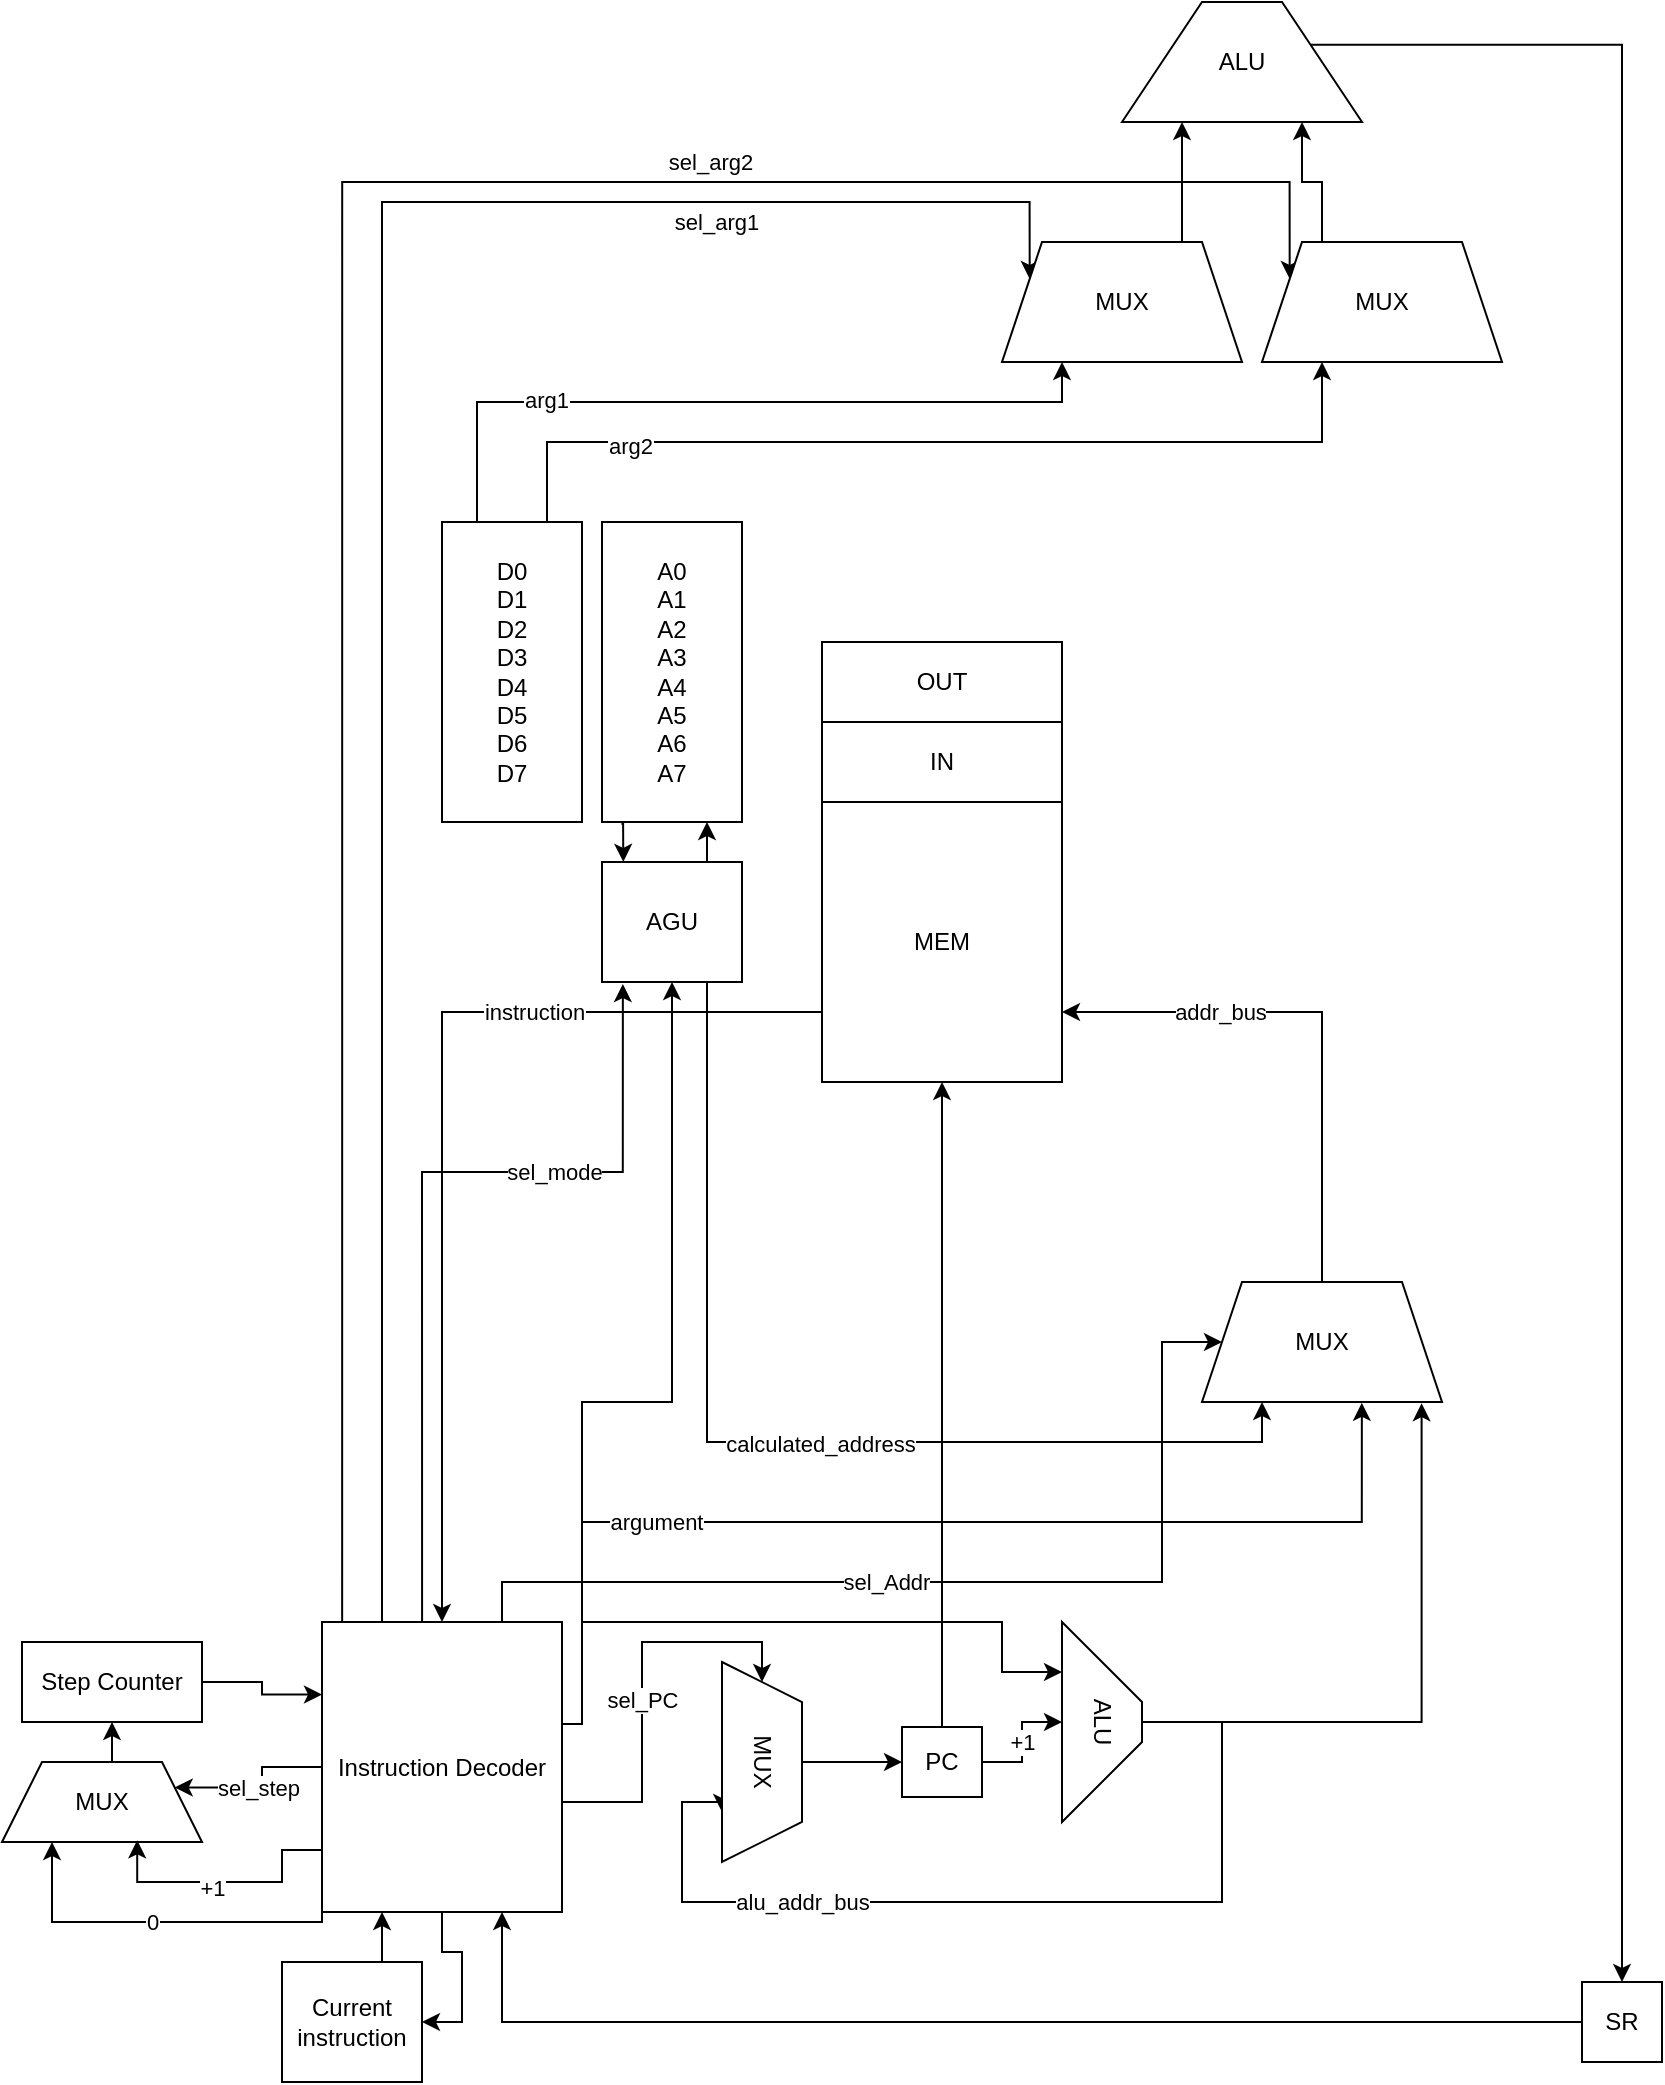
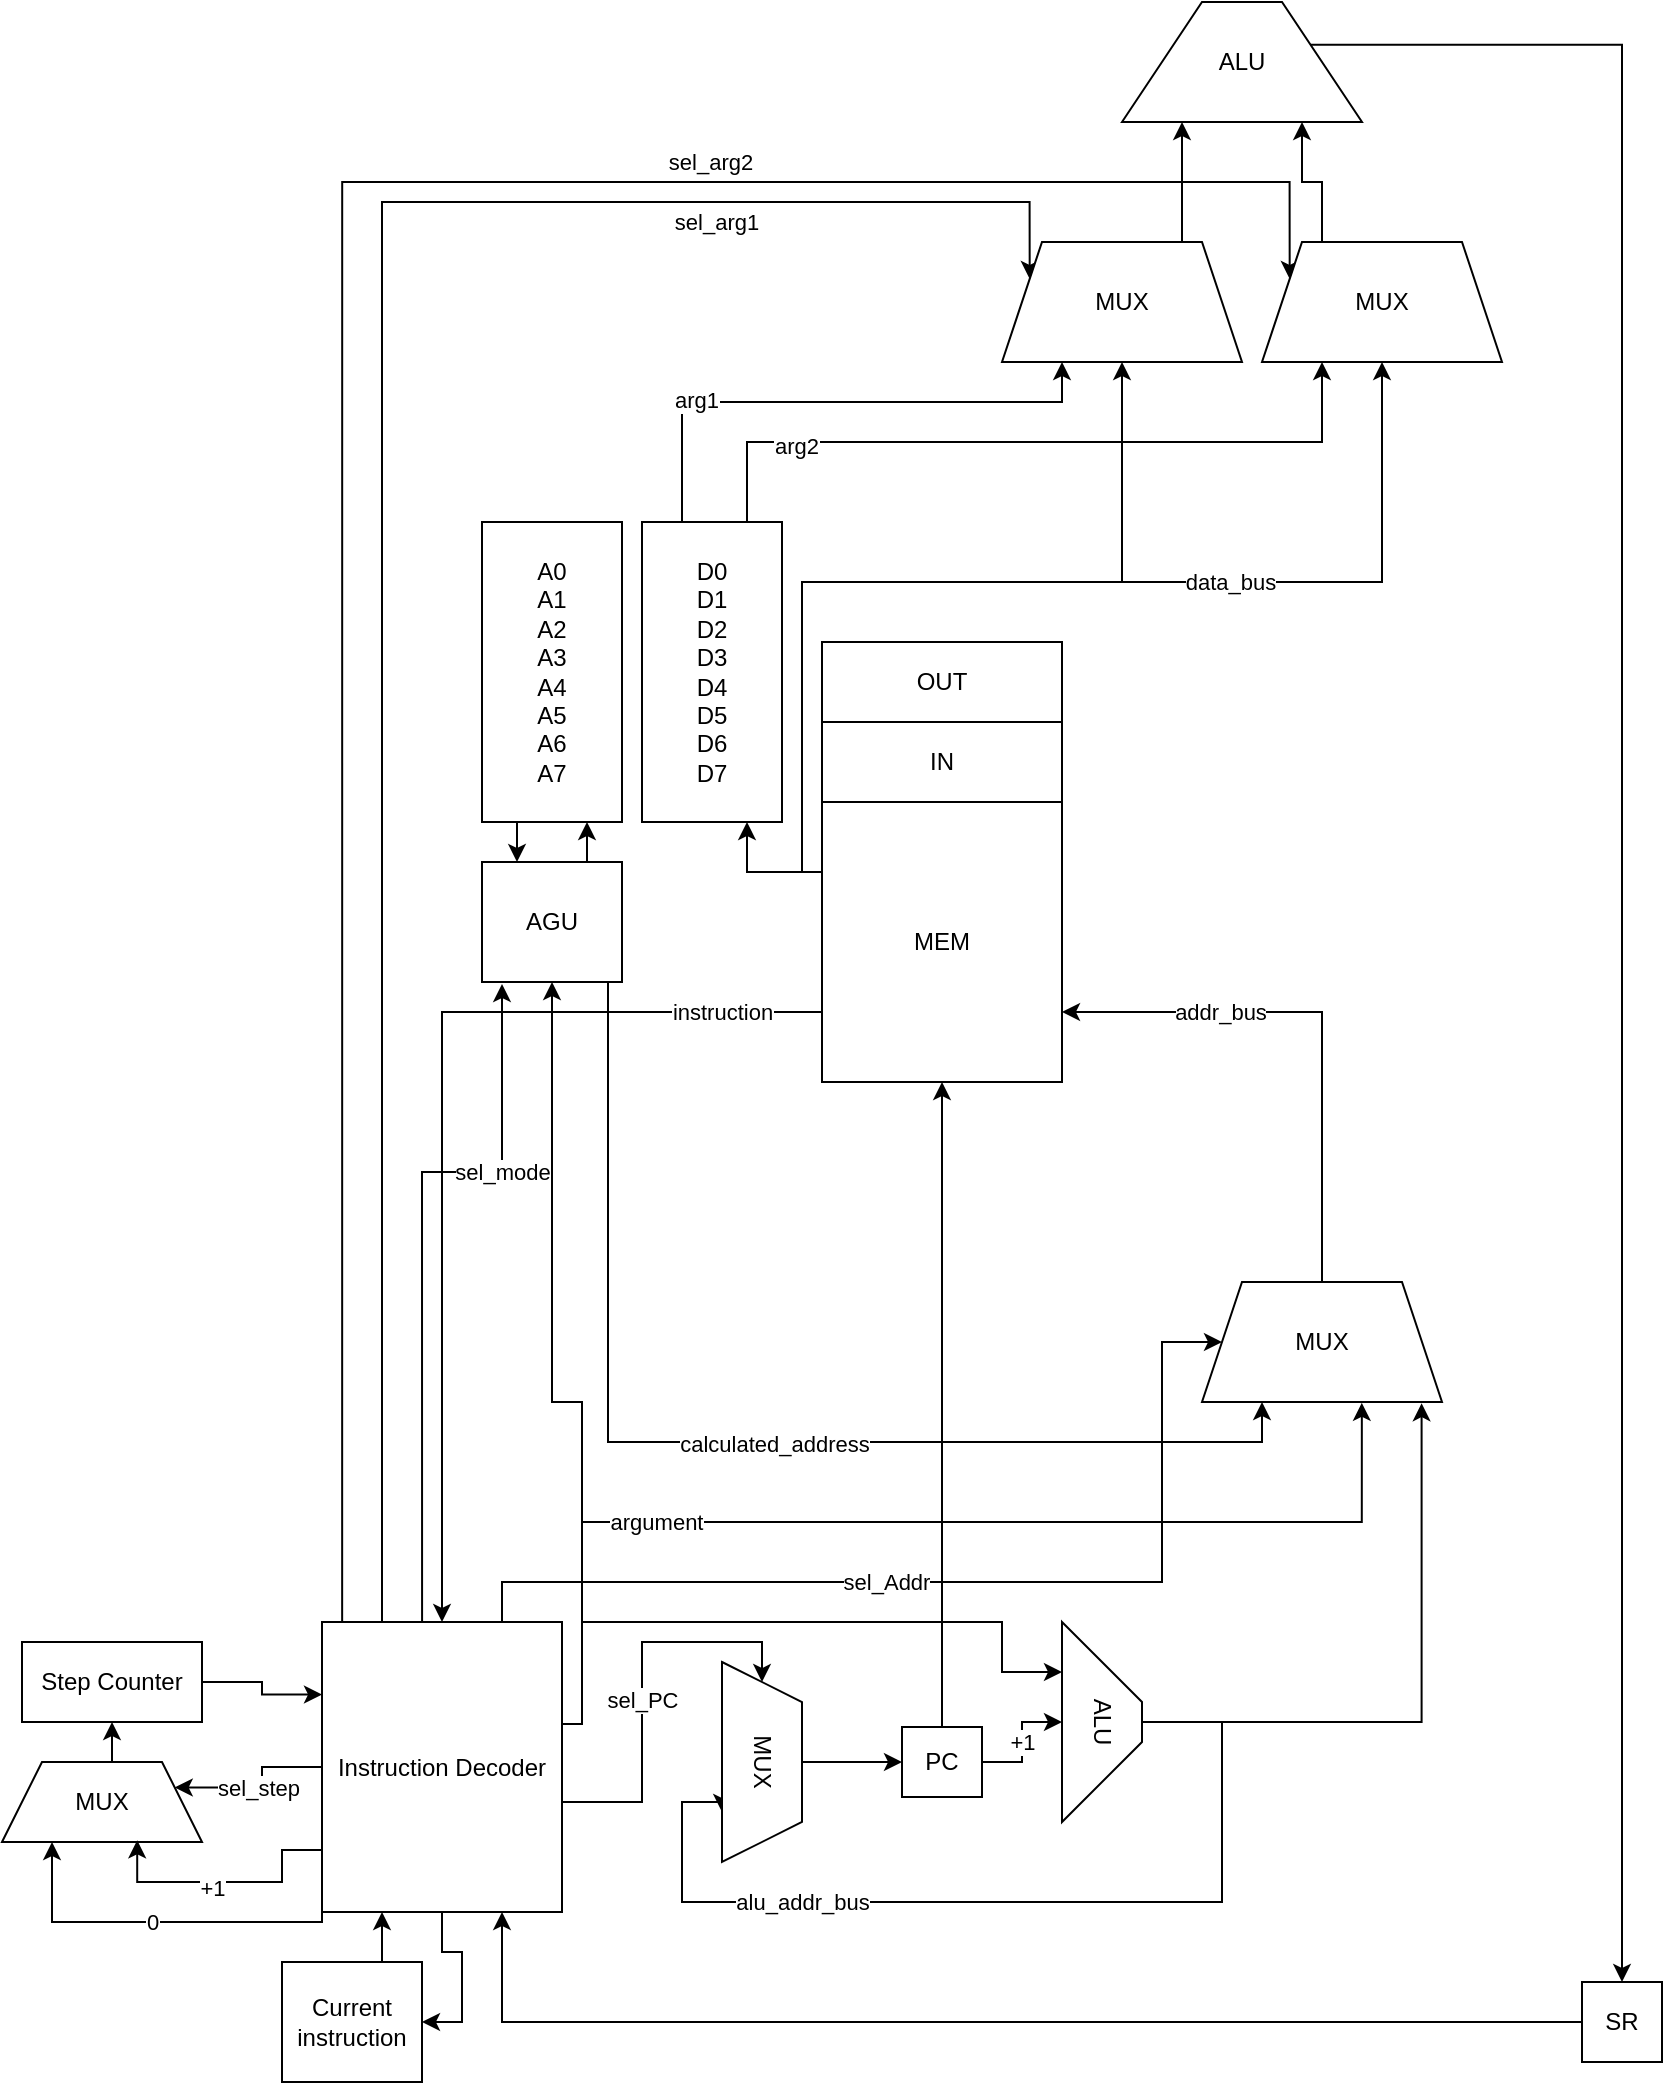
<mxfile host="app.diagrams.net">
  <diagram name="Page-1" id="vD0c1nyJ2qsoY4smOO1c">
-     <mxGraphModel dx="1194" dy="982" grid="1" gridSize="10" guides="1" tooltips="1" connect="1" arrows="1" fold="1" page="1" pageScale="1" pageWidth="850" pageHeight="1100" math="0" shadow="0">
+     <mxGraphModel dx="647" dy="532" grid="1" gridSize="10" guides="1" tooltips="1" connect="1" arrows="1" fold="1" page="1" pageScale="1" pageWidth="850" pageHeight="1100" math="0" shadow="0">
      <root>
        <mxCell id="0" />
        <mxCell id="1" parent="0" />
        <mxCell id="tmCgyVSAr47gJ168LUJc-76" edge="1" parent="1" source="tmCgyVSAr47gJ168LUJc-6" style="edgeStyle=orthogonalEdgeStyle;rounded=0;orthogonalLoop=1;jettySize=auto;html=1;exitX=0.25;exitY=0;exitDx=0;exitDy=0;entryX=0.25;entryY=1;entryDx=0;entryDy=0;" target="tmCgyVSAr47gJ168LUJc-71">
          <mxGeometry relative="1" as="geometry">
            <Array as="points">
-               <mxPoint x="248" y="240" />
+               <mxPoint x="350" y="300" />
+               <mxPoint x="350" y="240" />
              <mxPoint x="540" y="240" />
            </Array>
          </mxGeometry>
        </mxCell>
        <mxCell id="tmCgyVSAr47gJ168LUJc-78" connectable="0" parent="tmCgyVSAr47gJ168LUJc-76" style="edgeLabel;html=1;align=center;verticalAlign=middle;resizable=0;points=[];" value="arg1" vertex="1">
          <mxGeometry relative="1" x="-0.4947" y="1" as="geometry">
            <mxPoint as="offset" />
          </mxGeometry>
        </mxCell>
        <mxCell id="tmCgyVSAr47gJ168LUJc-77" edge="1" parent="1" source="tmCgyVSAr47gJ168LUJc-6" style="edgeStyle=orthogonalEdgeStyle;rounded=0;orthogonalLoop=1;jettySize=auto;html=1;exitX=0.75;exitY=0;exitDx=0;exitDy=0;entryX=0.25;entryY=1;entryDx=0;entryDy=0;" target="tmCgyVSAr47gJ168LUJc-70">
          <mxGeometry relative="1" as="geometry" />
        </mxCell>
        <mxCell id="tmCgyVSAr47gJ168LUJc-79" connectable="0" parent="tmCgyVSAr47gJ168LUJc-77" style="edgeLabel;html=1;align=center;verticalAlign=middle;resizable=0;points=[];" value="arg2" vertex="1">
          <mxGeometry relative="1" x="-0.653" y="-2" as="geometry">
            <mxPoint as="offset" />
          </mxGeometry>
        </mxCell>
        <mxCell id="tmCgyVSAr47gJ168LUJc-6" parent="1" style="rounded=0;whiteSpace=wrap;html=1;" value="D0&lt;div&gt;D1&lt;/div&gt;&lt;div&gt;D2&lt;/div&gt;&lt;div&gt;D3&lt;/div&gt;&lt;div&gt;D4&lt;/div&gt;&lt;div&gt;D5&lt;/div&gt;&lt;div&gt;D6&lt;/div&gt;&lt;div&gt;D7&lt;/div&gt;" vertex="1">
-           <mxGeometry height="150" width="70" x="230" y="300" as="geometry" />
+           <mxGeometry height="150" width="70" x="330" y="300" as="geometry" />
        </mxCell>
        <mxCell id="tmCgyVSAr47gJ168LUJc-29" edge="1" parent="1" source="tmCgyVSAr47gJ168LUJc-7" style="edgeStyle=orthogonalEdgeStyle;rounded=0;orthogonalLoop=1;jettySize=auto;html=1;exitX=0;exitY=0.75;exitDx=0;exitDy=0;entryX=0.5;entryY=0;entryDx=0;entryDy=0;" target="tmCgyVSAr47gJ168LUJc-8" value="instruction">
-           <mxGeometry relative="1" x="-0.4175" as="geometry">
+           <mxGeometry relative="1" x="-0.798" as="geometry">
+             <mxPoint as="offset" />
+           </mxGeometry>
+         </mxCell>
+         <mxCell id="tmCgyVSAr47gJ168LUJc-87" edge="1" parent="1" source="tmCgyVSAr47gJ168LUJc-7" style="edgeStyle=orthogonalEdgeStyle;rounded=0;orthogonalLoop=1;jettySize=auto;html=1;exitX=0;exitY=0.25;exitDx=0;exitDy=0;entryX=0.75;entryY=1;entryDx=0;entryDy=0;" target="tmCgyVSAr47gJ168LUJc-6">
+           <mxGeometry relative="1" as="geometry" />
+         </mxCell>
+         <mxCell id="tmCgyVSAr47gJ168LUJc-88" edge="1" parent="1" source="tmCgyVSAr47gJ168LUJc-7" style="edgeStyle=orthogonalEdgeStyle;rounded=0;orthogonalLoop=1;jettySize=auto;html=1;exitX=0;exitY=0.25;exitDx=0;exitDy=0;entryX=0.5;entryY=1;entryDx=0;entryDy=0;" target="tmCgyVSAr47gJ168LUJc-71">
+           <mxGeometry relative="1" as="geometry">
+             <Array as="points">
+               <mxPoint x="410" y="475" />
+               <mxPoint x="410" y="330" />
+               <mxPoint x="570" y="330" />
+             </Array>
+           </mxGeometry>
+         </mxCell>
+         <mxCell id="tmCgyVSAr47gJ168LUJc-89" edge="1" parent="1" source="tmCgyVSAr47gJ168LUJc-7" style="edgeStyle=orthogonalEdgeStyle;rounded=0;orthogonalLoop=1;jettySize=auto;html=1;exitX=0;exitY=0.25;exitDx=0;exitDy=0;entryX=0.5;entryY=1;entryDx=0;entryDy=0;" target="tmCgyVSAr47gJ168LUJc-70">
+           <mxGeometry relative="1" as="geometry">
+             <Array as="points">
+               <mxPoint x="410" y="475" />
+               <mxPoint x="410" y="330" />
+               <mxPoint x="700" y="330" />
+             </Array>
+           </mxGeometry>
+         </mxCell>
+         <mxCell id="tmCgyVSAr47gJ168LUJc-90" connectable="0" parent="tmCgyVSAr47gJ168LUJc-89" style="edgeLabel;html=1;align=center;verticalAlign=middle;resizable=0;points=[];" value="data_bus" vertex="1">
+           <mxGeometry relative="1" x="0.3271" as="geometry">
            <mxPoint as="offset" />
          </mxGeometry>
        </mxCell>
        <mxCell id="tmCgyVSAr47gJ168LUJc-7" parent="1" style="rounded=0;whiteSpace=wrap;html=1;" value="MEM" vertex="1">
          <mxGeometry height="140" width="120" x="420" y="440" as="geometry" />
        </mxCell>
        <mxCell id="tmCgyVSAr47gJ168LUJc-18" edge="1" parent="1" source="tmCgyVSAr47gJ168LUJc-8" style="edgeStyle=orthogonalEdgeStyle;rounded=0;orthogonalLoop=1;jettySize=auto;html=1;exitX=1;exitY=0.5;exitDx=0;exitDy=0;entryX=0;entryY=0.5;entryDx=0;entryDy=0;" target="tmCgyVSAr47gJ168LUJc-17" value="sel_PC">
          <mxGeometry relative="1" as="geometry">
            <Array as="points">
              <mxPoint x="290" y="940" />
              <mxPoint x="330" y="940" />
              <mxPoint x="330" y="860" />
              <mxPoint x="390" y="860" />
            </Array>
          </mxGeometry>
        </mxCell>
        <mxCell id="tmCgyVSAr47gJ168LUJc-27" edge="1" parent="1" source="tmCgyVSAr47gJ168LUJc-8" style="edgeStyle=orthogonalEdgeStyle;rounded=0;orthogonalLoop=1;jettySize=auto;html=1;exitX=0.75;exitY=0;exitDx=0;exitDy=0;entryX=0;entryY=0.5;entryDx=0;entryDy=0;" target="tmCgyVSAr47gJ168LUJc-25" value="sel_Addr">
          <mxGeometry relative="1" x="-0.1538" as="geometry">
            <mxPoint as="offset" />
            <Array as="points">
              <mxPoint x="260" y="830" />
              <mxPoint x="590" y="830" />
              <mxPoint x="590" y="710" />
            </Array>
          </mxGeometry>
        </mxCell>
        <mxCell id="tmCgyVSAr47gJ168LUJc-31" edge="1" parent="1" source="tmCgyVSAr47gJ168LUJc-8" style="edgeStyle=orthogonalEdgeStyle;rounded=0;orthogonalLoop=1;jettySize=auto;html=1;exitX=0.5;exitY=1;exitDx=0;exitDy=0;entryX=1;entryY=0.5;entryDx=0;entryDy=0;" target="tmCgyVSAr47gJ168LUJc-30">
          <mxGeometry relative="1" as="geometry" />
        </mxCell>
        <mxCell id="tmCgyVSAr47gJ168LUJc-38" edge="1" parent="1" source="tmCgyVSAr47gJ168LUJc-8" style="edgeStyle=orthogonalEdgeStyle;rounded=0;orthogonalLoop=1;jettySize=auto;html=1;exitX=1;exitY=0.25;exitDx=0;exitDy=0;entryX=0.25;entryY=1;entryDx=0;entryDy=0;" target="tmCgyVSAr47gJ168LUJc-15">
          <mxGeometry relative="1" as="geometry">
            <Array as="points">
              <mxPoint x="300" y="901" />
              <mxPoint x="300" y="850" />
              <mxPoint x="510" y="850" />
              <mxPoint x="510" y="875" />
            </Array>
          </mxGeometry>
        </mxCell>
        <mxCell id="tmCgyVSAr47gJ168LUJc-40" edge="1" parent="1" source="tmCgyVSAr47gJ168LUJc-8" style="edgeStyle=orthogonalEdgeStyle;rounded=0;orthogonalLoop=1;jettySize=auto;html=1;exitX=1;exitY=0.25;exitDx=0;exitDy=0;entryX=0.666;entryY=1.007;entryDx=0;entryDy=0;entryPerimeter=0;" target="tmCgyVSAr47gJ168LUJc-25">
          <mxGeometry relative="1" as="geometry">
            <Array as="points">
              <mxPoint x="300" y="901" />
              <mxPoint x="300" y="800" />
              <mxPoint x="690" y="800" />
            </Array>
          </mxGeometry>
        </mxCell>
        <mxCell id="tmCgyVSAr47gJ168LUJc-41" connectable="0" parent="tmCgyVSAr47gJ168LUJc-40" style="edgeLabel;html=1;align=center;verticalAlign=middle;resizable=0;points=[];" value="argument" vertex="1">
          <mxGeometry relative="1" x="0.5385" y="2" as="geometry">
            <mxPoint x="-280" y="2" as="offset" />
          </mxGeometry>
        </mxCell>
        <mxCell id="tmCgyVSAr47gJ168LUJc-45" edge="1" parent="1" source="tmCgyVSAr47gJ168LUJc-8" style="edgeStyle=orthogonalEdgeStyle;rounded=0;orthogonalLoop=1;jettySize=auto;html=1;exitX=0;exitY=1;exitDx=0;exitDy=0;entryX=0.25;entryY=1;entryDx=0;entryDy=0;" target="tmCgyVSAr47gJ168LUJc-42" value="0">
          <mxGeometry relative="1" as="geometry">
            <Array as="points">
              <mxPoint x="170" y="1000" />
              <mxPoint x="35" y="1000" />
            </Array>
          </mxGeometry>
        </mxCell>
        <mxCell id="tmCgyVSAr47gJ168LUJc-47" edge="1" parent="1" source="tmCgyVSAr47gJ168LUJc-8" style="edgeStyle=orthogonalEdgeStyle;rounded=0;orthogonalLoop=1;jettySize=auto;html=1;exitX=0;exitY=0.5;exitDx=0;exitDy=0;entryX=1;entryY=0.25;entryDx=0;entryDy=0;" target="tmCgyVSAr47gJ168LUJc-42" value="sel_step">
          <mxGeometry relative="1" as="geometry" />
        </mxCell>
        <mxCell id="tmCgyVSAr47gJ168LUJc-60" edge="1" parent="1" source="tmCgyVSAr47gJ168LUJc-8" style="edgeStyle=orthogonalEdgeStyle;rounded=0;orthogonalLoop=1;jettySize=auto;html=1;exitX=0.417;exitY=-0.003;exitDx=0;exitDy=0;entryX=0.149;entryY=1.017;entryDx=0;entryDy=0;entryPerimeter=0;exitPerimeter=0;" target="tmCgyVSAr47gJ168LUJc-57" value="sel_mode">
-           <mxGeometry relative="1" x="0.3883" as="geometry">
+           <mxGeometry relative="1" x="0.4739" as="geometry">
            <mxPoint as="offset" />
            <Array as="points">
              <mxPoint x="220" y="625" />
-               <mxPoint x="320" y="625" />
+               <mxPoint x="260" y="625" />
+               <mxPoint x="260" y="531" />
            </Array>
            <mxPoint x="330" y="540" as="targetPoint" />
          </mxGeometry>
        </mxCell>
        <mxCell id="tmCgyVSAr47gJ168LUJc-61" edge="1" parent="1" source="tmCgyVSAr47gJ168LUJc-8" style="edgeStyle=orthogonalEdgeStyle;rounded=0;orthogonalLoop=1;jettySize=auto;html=1;exitX=1;exitY=0.25;exitDx=0;exitDy=0;entryX=0.5;entryY=1;entryDx=0;entryDy=0;" target="tmCgyVSAr47gJ168LUJc-57">
          <mxGeometry relative="1" as="geometry">
            <Array as="points">
+               <mxPoint x="290" y="901" />
              <mxPoint x="300" y="901" />
              <mxPoint x="300" y="740" />
-               <mxPoint x="345" y="740" />
+               <mxPoint x="285" y="740" />
            </Array>
          </mxGeometry>
        </mxCell>
        <mxCell id="tmCgyVSAr47gJ168LUJc-81" edge="1" parent="1" source="tmCgyVSAr47gJ168LUJc-8" style="edgeStyle=orthogonalEdgeStyle;rounded=0;orthogonalLoop=1;jettySize=auto;html=1;exitX=0.25;exitY=0;exitDx=0;exitDy=0;entryX=0;entryY=0.25;entryDx=0;entryDy=0;" target="tmCgyVSAr47gJ168LUJc-71">
          <mxGeometry relative="1" as="geometry">
            <Array as="points">
              <mxPoint x="200" y="140" />
              <mxPoint x="524" y="140" />
            </Array>
          </mxGeometry>
        </mxCell>
        <mxCell id="tmCgyVSAr47gJ168LUJc-84" connectable="0" parent="tmCgyVSAr47gJ168LUJc-81" style="edgeLabel;html=1;align=center;verticalAlign=middle;resizable=0;points=[];" value="sel_arg1" vertex="1">
          <mxGeometry relative="1" x="0.6348" as="geometry">
            <mxPoint y="10" as="offset" />
          </mxGeometry>
        </mxCell>
        <mxCell id="tmCgyVSAr47gJ168LUJc-83" edge="1" parent="1" source="tmCgyVSAr47gJ168LUJc-8" style="edgeStyle=orthogonalEdgeStyle;rounded=0;orthogonalLoop=1;jettySize=auto;html=1;exitX=0.084;exitY=-0.001;exitDx=0;exitDy=0;entryX=0;entryY=0.25;entryDx=0;entryDy=0;exitPerimeter=0;" target="tmCgyVSAr47gJ168LUJc-70">
          <mxGeometry relative="1" as="geometry">
            <Array as="points">
              <mxPoint x="180" y="130" />
              <mxPoint x="654" y="130" />
            </Array>
          </mxGeometry>
        </mxCell>
        <mxCell id="tmCgyVSAr47gJ168LUJc-85" connectable="0" parent="tmCgyVSAr47gJ168LUJc-83" style="edgeLabel;html=1;align=center;verticalAlign=middle;resizable=0;points=[];" value="sel_arg2" vertex="1">
          <mxGeometry relative="1" x="0.4548" y="2" as="geometry">
            <mxPoint y="-8" as="offset" />
          </mxGeometry>
        </mxCell>
        <mxCell id="tmCgyVSAr47gJ168LUJc-8" parent="1" style="rounded=0;whiteSpace=wrap;html=1;" value="Instruction Decoder" vertex="1">
          <mxGeometry height="145" width="120" x="170" y="850" as="geometry" />
        </mxCell>
        <mxCell id="tmCgyVSAr47gJ168LUJc-20" edge="1" parent="1" source="tmCgyVSAr47gJ168LUJc-11" style="edgeStyle=orthogonalEdgeStyle;rounded=0;orthogonalLoop=1;jettySize=auto;html=1;exitX=0.5;exitY=0;exitDx=0;exitDy=0;entryX=0.5;entryY=1;entryDx=0;entryDy=0;" target="tmCgyVSAr47gJ168LUJc-7">
          <mxGeometry relative="1" as="geometry" />
        </mxCell>
        <mxCell id="tmCgyVSAr47gJ168LUJc-33" edge="1" parent="1" source="tmCgyVSAr47gJ168LUJc-11" style="edgeStyle=orthogonalEdgeStyle;rounded=0;orthogonalLoop=1;jettySize=auto;html=1;exitX=1;exitY=0.5;exitDx=0;exitDy=0;entryX=0.5;entryY=1;entryDx=0;entryDy=0;" target="tmCgyVSAr47gJ168LUJc-15" value="+1">
          <mxGeometry relative="1" as="geometry" />
        </mxCell>
        <mxCell id="tmCgyVSAr47gJ168LUJc-11" parent="1" style="rounded=0;whiteSpace=wrap;html=1;" value="PC" vertex="1">
          <mxGeometry height="35" width="40" x="460" y="902.5" as="geometry" />
        </mxCell>
        <mxCell id="tmCgyVSAr47gJ168LUJc-48" edge="1" parent="1" source="tmCgyVSAr47gJ168LUJc-12" style="edgeStyle=orthogonalEdgeStyle;rounded=0;orthogonalLoop=1;jettySize=auto;html=1;exitX=1;exitY=0.5;exitDx=0;exitDy=0;entryX=0;entryY=0.25;entryDx=0;entryDy=0;" target="tmCgyVSAr47gJ168LUJc-8">
          <mxGeometry relative="1" as="geometry" />
        </mxCell>
        <mxCell id="tmCgyVSAr47gJ168LUJc-12" parent="1" style="rounded=0;whiteSpace=wrap;html=1;" value="Step Counter" vertex="1">
          <mxGeometry height="40" width="90" x="20" y="860" as="geometry" />
        </mxCell>
        <mxCell id="tmCgyVSAr47gJ168LUJc-24" edge="1" parent="1" source="tmCgyVSAr47gJ168LUJc-15" style="edgeStyle=orthogonalEdgeStyle;rounded=0;orthogonalLoop=1;jettySize=auto;html=1;exitX=0.5;exitY=0;exitDx=0;exitDy=0;entryX=0.75;entryY=1;entryDx=0;entryDy=0;" target="tmCgyVSAr47gJ168LUJc-17" value="alu_addr_bus">
          <mxGeometry relative="1" x="0.4316" as="geometry">
            <mxPoint as="offset" />
            <Array as="points">
              <mxPoint x="620" y="900" />
              <mxPoint x="620" y="990" />
              <mxPoint x="350" y="990" />
              <mxPoint x="350" y="940" />
              <mxPoint x="370" y="940" />
            </Array>
          </mxGeometry>
        </mxCell>
        <mxCell id="tmCgyVSAr47gJ168LUJc-26" edge="1" parent="1" source="tmCgyVSAr47gJ168LUJc-15" style="edgeStyle=orthogonalEdgeStyle;rounded=0;orthogonalLoop=1;jettySize=auto;html=1;exitX=0.5;exitY=0;exitDx=0;exitDy=0;entryX=0.915;entryY=1.01;entryDx=0;entryDy=0;entryPerimeter=0;" target="tmCgyVSAr47gJ168LUJc-25">
          <mxGeometry relative="1" as="geometry">
            <Array as="points">
              <mxPoint x="720" y="900" />
            </Array>
          </mxGeometry>
        </mxCell>
        <mxCell id="tmCgyVSAr47gJ168LUJc-15" parent="1" style="shape=trapezoid;perimeter=trapezoidPerimeter;whiteSpace=wrap;html=1;fixedSize=1;rotation=90;size=40;" value="ALU" vertex="1">
          <mxGeometry height="40" width="100" x="510" y="880" as="geometry" />
        </mxCell>
        <mxCell id="tmCgyVSAr47gJ168LUJc-19" edge="1" parent="1" source="tmCgyVSAr47gJ168LUJc-17" style="edgeStyle=orthogonalEdgeStyle;rounded=0;orthogonalLoop=1;jettySize=auto;html=1;exitX=0.5;exitY=0;exitDx=0;exitDy=0;entryX=0;entryY=0.5;entryDx=0;entryDy=0;" target="tmCgyVSAr47gJ168LUJc-11">
          <mxGeometry relative="1" as="geometry" />
        </mxCell>
        <mxCell id="tmCgyVSAr47gJ168LUJc-17" parent="1" style="shape=trapezoid;perimeter=trapezoidPerimeter;whiteSpace=wrap;html=1;fixedSize=1;rotation=90;" value="MUX" vertex="1">
          <mxGeometry height="40" width="100" x="340" y="900" as="geometry" />
        </mxCell>
        <mxCell id="tmCgyVSAr47gJ168LUJc-34" edge="1" parent="1" source="tmCgyVSAr47gJ168LUJc-25" style="edgeStyle=orthogonalEdgeStyle;rounded=0;orthogonalLoop=1;jettySize=auto;html=1;exitX=0.5;exitY=0;exitDx=0;exitDy=0;entryX=1;entryY=0.75;entryDx=0;entryDy=0;" target="tmCgyVSAr47gJ168LUJc-7" value="addr_bus">
          <mxGeometry relative="1" x="0.4074" as="geometry">
            <mxPoint as="offset" />
          </mxGeometry>
        </mxCell>
        <mxCell id="tmCgyVSAr47gJ168LUJc-25" parent="1" style="shape=trapezoid;perimeter=trapezoidPerimeter;whiteSpace=wrap;html=1;fixedSize=1;rotation=0;" value="MUX" vertex="1">
          <mxGeometry height="60" width="120" x="610" y="680" as="geometry" />
        </mxCell>
        <mxCell id="tmCgyVSAr47gJ168LUJc-32" edge="1" parent="1" source="tmCgyVSAr47gJ168LUJc-30" style="edgeStyle=orthogonalEdgeStyle;rounded=0;orthogonalLoop=1;jettySize=auto;html=1;exitX=0.75;exitY=0;exitDx=0;exitDy=0;entryX=0.25;entryY=1;entryDx=0;entryDy=0;" target="tmCgyVSAr47gJ168LUJc-8">
          <mxGeometry relative="1" as="geometry" />
        </mxCell>
        <mxCell id="tmCgyVSAr47gJ168LUJc-30" parent="1" style="whiteSpace=wrap;html=1;" value="Current instruction" vertex="1">
          <mxGeometry height="60" width="70" x="150" y="1020" as="geometry" />
        </mxCell>
        <mxCell id="tmCgyVSAr47gJ168LUJc-35" parent="1" style="whiteSpace=wrap;html=1;" value="IN" vertex="1">
          <mxGeometry height="40" width="120" x="420" y="400" as="geometry" />
        </mxCell>
        <mxCell id="tmCgyVSAr47gJ168LUJc-36" parent="1" style="whiteSpace=wrap;html=1;" value="OUT" vertex="1">
          <mxGeometry height="40" width="120" x="420" y="360" as="geometry" />
        </mxCell>
        <mxCell id="tmCgyVSAr47gJ168LUJc-43" edge="1" parent="1" source="tmCgyVSAr47gJ168LUJc-42" style="edgeStyle=orthogonalEdgeStyle;rounded=0;orthogonalLoop=1;jettySize=auto;html=1;exitX=0.5;exitY=0;exitDx=0;exitDy=0;entryX=0.5;entryY=1;entryDx=0;entryDy=0;" target="tmCgyVSAr47gJ168LUJc-12">
          <mxGeometry relative="1" as="geometry" />
        </mxCell>
        <mxCell id="tmCgyVSAr47gJ168LUJc-42" parent="1" style="shape=trapezoid;perimeter=trapezoidPerimeter;whiteSpace=wrap;html=1;fixedSize=1;rotation=0;" value="MUX" vertex="1">
          <mxGeometry height="40" width="100" x="10" y="920" as="geometry" />
        </mxCell>
        <mxCell id="tmCgyVSAr47gJ168LUJc-44" edge="1" parent="1" source="tmCgyVSAr47gJ168LUJc-8" style="edgeStyle=orthogonalEdgeStyle;rounded=0;orthogonalLoop=1;jettySize=auto;html=1;exitX=0;exitY=0.75;exitDx=0;exitDy=0;entryX=0.676;entryY=0.979;entryDx=0;entryDy=0;entryPerimeter=0;" target="tmCgyVSAr47gJ168LUJc-42">
          <mxGeometry relative="1" as="geometry">
            <Array as="points">
              <mxPoint x="150" y="964" />
              <mxPoint x="150" y="980" />
              <mxPoint x="78" y="980" />
            </Array>
          </mxGeometry>
        </mxCell>
        <mxCell id="tmCgyVSAr47gJ168LUJc-46" connectable="0" parent="tmCgyVSAr47gJ168LUJc-44" style="edgeLabel;html=1;align=center;verticalAlign=middle;resizable=0;points=[];" value="+1" vertex="1">
          <mxGeometry relative="1" x="0.1365" y="3" as="geometry">
            <mxPoint as="offset" />
          </mxGeometry>
        </mxCell>
-         <mxCell id="tmCgyVSAr47gJ168LUJc-58" edge="1" parent="1" source="tmCgyVSAr47gJ168LUJc-49" style="edgeStyle=orthogonalEdgeStyle;rounded=0;orthogonalLoop=1;jettySize=auto;html=1;exitX=0.146;exitY=1.009;exitDx=0;exitDy=0;entryX=0.152;entryY=-0.001;entryDx=0;entryDy=0;exitPerimeter=0;entryPerimeter=0;" target="tmCgyVSAr47gJ168LUJc-57">
-           <mxGeometry relative="1" as="geometry">
-             <Array as="points">
-               <mxPoint x="320" y="300" />
-               <mxPoint x="320" y="300" />
-               <mxPoint x="320" y="320" />
-             </Array>
-           </mxGeometry>
+         <mxCell id="tmCgyVSAr47gJ168LUJc-86" edge="1" parent="1" source="tmCgyVSAr47gJ168LUJc-49" style="edgeStyle=orthogonalEdgeStyle;rounded=0;orthogonalLoop=1;jettySize=auto;html=1;exitX=0.25;exitY=1;exitDx=0;exitDy=0;entryX=0.25;entryY=0;entryDx=0;entryDy=0;" target="tmCgyVSAr47gJ168LUJc-57">
+           <mxGeometry relative="1" as="geometry" />
        </mxCell>
        <mxCell id="tmCgyVSAr47gJ168LUJc-49" parent="1" style="rounded=0;whiteSpace=wrap;html=1;" value="A0&lt;div&gt;A1&lt;/div&gt;&lt;div&gt;A2&lt;/div&gt;&lt;div&gt;A3&lt;/div&gt;&lt;div&gt;A4&lt;/div&gt;&lt;div&gt;A5&lt;/div&gt;&lt;div&gt;A6&lt;/div&gt;&lt;div&gt;A7&lt;/div&gt;" vertex="1">
-           <mxGeometry height="150" width="70" x="310" y="300" as="geometry" />
+           <mxGeometry height="150" width="70" x="250" y="300" as="geometry" />
        </mxCell>
        <mxCell id="tmCgyVSAr47gJ168LUJc-56" edge="1" parent="1" source="tmCgyVSAr47gJ168LUJc-50" style="edgeStyle=orthogonalEdgeStyle;rounded=0;orthogonalLoop=1;jettySize=auto;html=1;exitX=0;exitY=0.5;exitDx=0;exitDy=0;entryX=0.75;entryY=1;entryDx=0;entryDy=0;" target="tmCgyVSAr47gJ168LUJc-8">
          <mxGeometry relative="1" as="geometry" />
        </mxCell>
        <mxCell id="tmCgyVSAr47gJ168LUJc-50" parent="1" style="whiteSpace=wrap;html=1;" value="SR" vertex="1">
          <mxGeometry height="40" width="40" x="800" y="1030" as="geometry" />
        </mxCell>
        <mxCell id="tmCgyVSAr47gJ168LUJc-55" edge="1" parent="1" source="tmCgyVSAr47gJ168LUJc-51" style="edgeStyle=orthogonalEdgeStyle;rounded=0;orthogonalLoop=1;jettySize=auto;html=1;exitX=1;exitY=0.25;exitDx=0;exitDy=0;entryX=0.5;entryY=0;entryDx=0;entryDy=0;" target="tmCgyVSAr47gJ168LUJc-50">
          <mxGeometry relative="1" as="geometry">
            <Array as="points">
              <mxPoint x="820" y="61" />
            </Array>
          </mxGeometry>
        </mxCell>
        <mxCell id="tmCgyVSAr47gJ168LUJc-51" parent="1" style="shape=trapezoid;perimeter=trapezoidPerimeter;whiteSpace=wrap;html=1;fixedSize=1;size=40;rotation=0;" value="ALU" vertex="1">
          <mxGeometry height="60" width="120" x="570" y="40" as="geometry" />
        </mxCell>
        <mxCell id="tmCgyVSAr47gJ168LUJc-62" edge="1" parent="1" source="tmCgyVSAr47gJ168LUJc-57" style="edgeStyle=orthogonalEdgeStyle;rounded=0;orthogonalLoop=1;jettySize=auto;html=1;exitX=0.75;exitY=0;exitDx=0;exitDy=0;entryX=0.75;entryY=1;entryDx=0;entryDy=0;" target="tmCgyVSAr47gJ168LUJc-49">
          <mxGeometry relative="1" as="geometry" />
        </mxCell>
-         <mxCell id="tmCgyVSAr47gJ168LUJc-68" edge="1" parent="1" source="tmCgyVSAr47gJ168LUJc-57" style="edgeStyle=orthogonalEdgeStyle;rounded=0;orthogonalLoop=1;jettySize=auto;html=1;exitX=0.75;exitY=1;exitDx=0;exitDy=0;entryX=0.25;entryY=1;entryDx=0;entryDy=0;" target="tmCgyVSAr47gJ168LUJc-25">
-           <mxGeometry relative="1" as="geometry" />
+         <mxCell id="tmCgyVSAr47gJ168LUJc-68" edge="1" parent="1" source="tmCgyVSAr47gJ168LUJc-57" style="edgeStyle=orthogonalEdgeStyle;rounded=0;orthogonalLoop=1;jettySize=auto;html=1;exitX=0.9;exitY=1.006;exitDx=0;exitDy=0;entryX=0.25;entryY=1;entryDx=0;entryDy=0;exitPerimeter=0;" target="tmCgyVSAr47gJ168LUJc-25">
+           <mxGeometry relative="1" as="geometry">
+             <Array as="points">
+               <mxPoint x="313" y="760" />
+               <mxPoint x="640" y="760" />
+             </Array>
+           </mxGeometry>
        </mxCell>
        <mxCell id="tmCgyVSAr47gJ168LUJc-69" connectable="0" parent="tmCgyVSAr47gJ168LUJc-68" style="edgeLabel;html=1;align=center;verticalAlign=middle;resizable=0;points=[];" value="calculated_address" vertex="1">
          <mxGeometry relative="1" x="0.0842" y="-1" as="geometry">
            <mxPoint as="offset" />
          </mxGeometry>
        </mxCell>
        <mxCell id="tmCgyVSAr47gJ168LUJc-57" parent="1" style="whiteSpace=wrap;html=1;" value="AGU" vertex="1">
-           <mxGeometry height="60" width="70" x="310" y="470" as="geometry" />
+           <mxGeometry height="60" width="70" x="250" y="470" as="geometry" />
        </mxCell>
        <mxCell id="tmCgyVSAr47gJ168LUJc-75" edge="1" parent="1" source="tmCgyVSAr47gJ168LUJc-70" style="edgeStyle=orthogonalEdgeStyle;rounded=0;orthogonalLoop=1;jettySize=auto;html=1;exitX=0.25;exitY=0;exitDx=0;exitDy=0;entryX=0.75;entryY=1;entryDx=0;entryDy=0;" target="tmCgyVSAr47gJ168LUJc-51">
          <mxGeometry relative="1" as="geometry" />
        </mxCell>
        <mxCell id="tmCgyVSAr47gJ168LUJc-70" parent="1" style="shape=trapezoid;perimeter=trapezoidPerimeter;whiteSpace=wrap;html=1;fixedSize=1;rotation=0;" value="MUX" vertex="1">
          <mxGeometry height="60" width="120" x="640" y="160" as="geometry" />
        </mxCell>
        <mxCell id="tmCgyVSAr47gJ168LUJc-73" edge="1" parent="1" source="tmCgyVSAr47gJ168LUJc-71" style="edgeStyle=orthogonalEdgeStyle;rounded=0;orthogonalLoop=1;jettySize=auto;html=1;exitX=0.75;exitY=0;exitDx=0;exitDy=0;entryX=0.25;entryY=1;entryDx=0;entryDy=0;" target="tmCgyVSAr47gJ168LUJc-51">
          <mxGeometry relative="1" as="geometry" />
        </mxCell>
        <mxCell id="tmCgyVSAr47gJ168LUJc-71" parent="1" style="shape=trapezoid;perimeter=trapezoidPerimeter;whiteSpace=wrap;html=1;fixedSize=1;rotation=0;" value="MUX" vertex="1">
          <mxGeometry height="60" width="120" x="510" y="160" as="geometry" />
        </mxCell>
      </root>
    </mxGraphModel>
  </diagram>
</mxfile>
